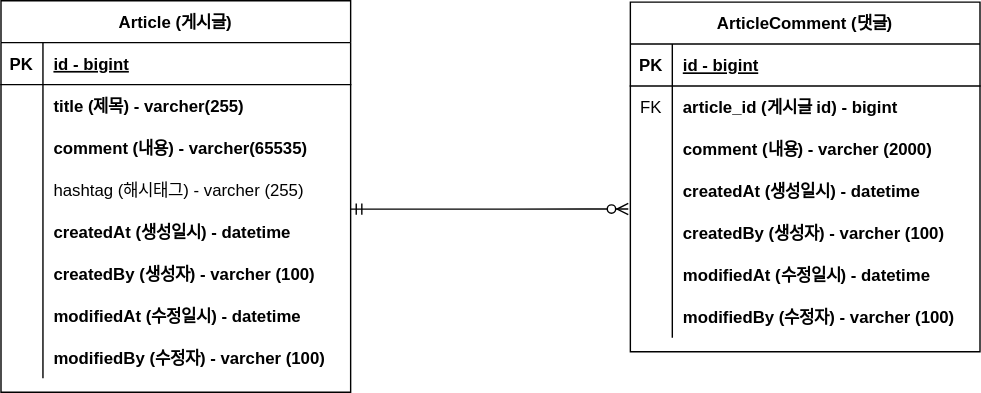
dooyong2/solo-project-board keeps this draw.io diagram as document/project-board-erd.svg. Above is the earlier version. Source tidied: cells renumbered, new cells last; positions are measured from the earlier drawing's top-left corner, leaving out a move shared by most shapes.
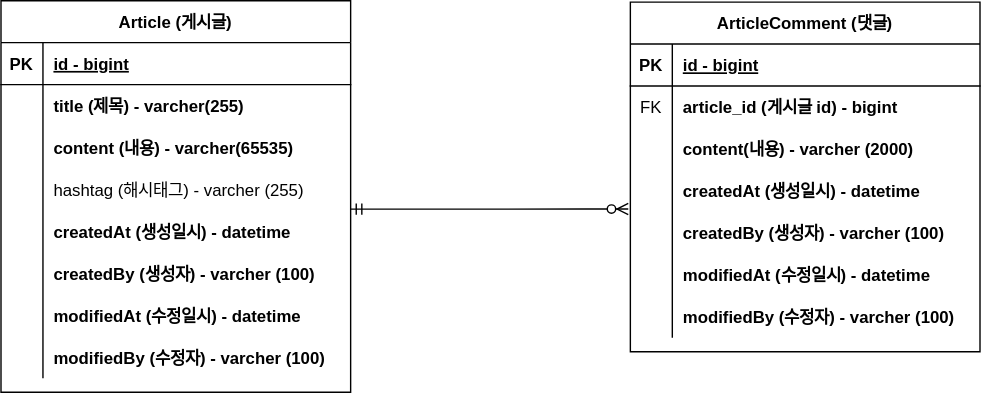
Above is the later version.

The edit, as a diff of the source:
```diff
@@ -29,7 +29,7 @@
     <mxCell id="10" style="shape=partialRectangle;overflow=hidden;fillColor=none;top=0;left=0;bottom=0;right=0;" parent="9" vertex="1">
       <mxGeometry width="30" height="30" as="geometry" />
     </mxCell>
-    <mxCell id="11" value="comment (내용) - varcher(65535)" style="shape=partialRectangle;overflow=hidden;fillColor=none;top=0;left=0;bottom=0;right=0;align=left;spacingLeft=6;fontStyle=1;" parent="9" vertex="1">
+    <mxCell id="11" value="content (내용) - varcher(65535)" style="shape=partialRectangle;overflow=hidden;fillColor=none;top=0;left=0;bottom=0;right=0;align=left;spacingLeft=6;fontStyle=1;" parent="9" vertex="1">
       <mxGeometry x="30" width="220" height="30" as="geometry" />
     </mxCell>
     <mxCell id="12" style="shape=partialRectangle;fillColor=none;points=[[0,0.5],[1,0.5]];portConstraint=eastwest;top=0;left=0;right=0;bottom=0;" parent="2" vertex="1">
@@ -104,7 +104,7 @@
     <mxCell id="35" style="shape=partialRectangle;overflow=hidden;fillColor=none;top=0;left=0;bottom=0;right=0;" parent="34" vertex="1">
       <mxGeometry width="30" height="30" as="geometry" />
     </mxCell>
-    <mxCell id="36" value="comment (내용) - varcher (2000)" style="shape=partialRectangle;overflow=hidden;fillColor=none;top=0;left=0;bottom=0;right=0;align=left;spacingLeft=6;fontStyle=1;" parent="34" vertex="1">
+    <mxCell id="36" value="content(내용) - varcher (2000)" style="shape=partialRectangle;overflow=hidden;fillColor=none;top=0;left=0;bottom=0;right=0;align=left;spacingLeft=6;fontStyle=1;" parent="34" vertex="1">
       <mxGeometry x="30" width="220" height="30" as="geometry" />
     </mxCell>
     <mxCell id="37" style="shape=partialRectangle;fillColor=none;points=[[0,0.5],[1,0.5]];portConstraint=eastwest;top=0;left=0;right=0;bottom=0;" parent="27" vertex="1">
```
